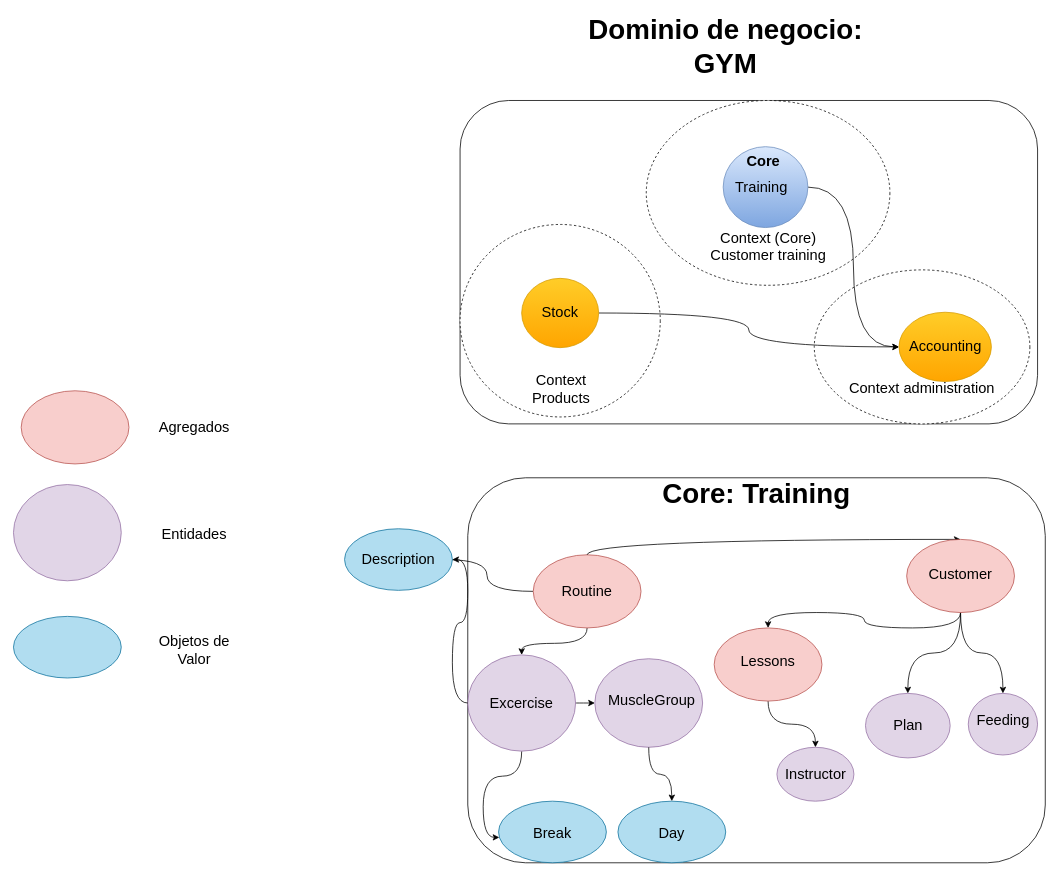
Before: page "Analisis" (1 of 3) of BigPictureGym.drawio in Ruiz16-17/Sofka_DDD_Big_Picture_ModelamientoDominio, a draw.io diagram. Source tidied: cells renumbered, new cells numbered last; positions are measured from the earlier drawing's top-left corner, leaving out a move shared by most shapes. Both pictures are drawn from the tidied source at 77%, with x=0, y=0 at pixel (13, 15).
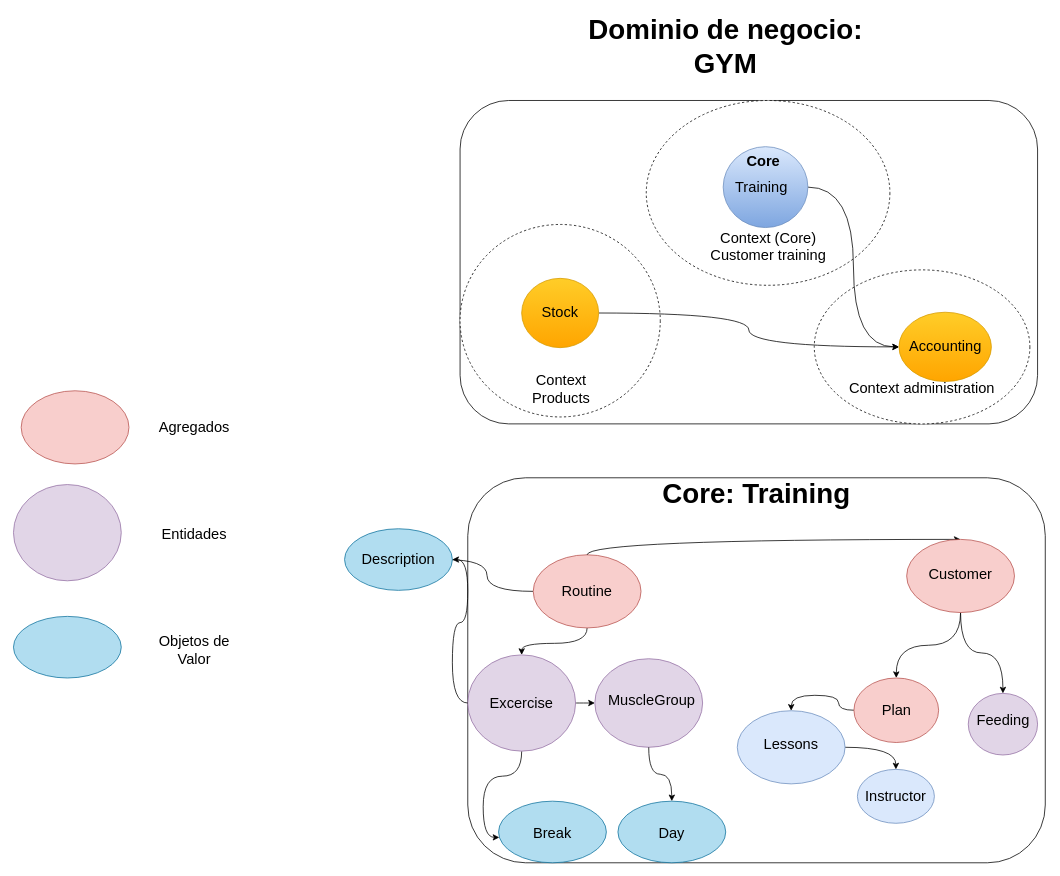
The same diagram, later.

The change refers to these unchanged cells:
```xml
<mxCell id="39" style="ellipse;whiteSpace=wrap;html=1;fontFamily=Helvetica;fillColor=#f8cecc;strokeColor=#b85450;" parent="1" vertex="1">
  <mxGeometry x="1160" y="680" width="140" height="95" as="geometry" />
</mxCell>
```

Diff of the diagram source:
```diff
@@
-    <mxCell id="32" style="ellipse;whiteSpace=wrap;html=1;fontFamily=Helvetica;fillColor=#f8cecc;strokeColor=#b85450;" parent="1" vertex="1">
-      <mxGeometry x="910" y="795" width="140" height="95" as="geometry" />
+    <mxCell id="32" style="ellipse;whiteSpace=wrap;html=1;fontFamily=Helvetica;fillColor=#dae8fc;strokeColor=#6c8ebf;" parent="1" vertex="1">
+      <mxGeometry x="940" y="902.5" width="140" height="95" as="geometry" />
     </mxCell>
-    <mxCell id="33" style="edgeStyle=orthogonalEdgeStyle;curved=1;rounded=0;jettySize=auto;html=1;endArrow=none;endFill=0;exitX=0.5;exitY=0;exitDx=0;exitDy=0;startArrow=classic;startFill=1;" parent="1" edge="1" source="32" target="39">
-      <mxGeometry relative="1" as="geometry" />
-    </mxCell>
     <mxCell id="34" value="Lessons" style="text;html=1;strokeColor=none;fillColor=none;align=center;verticalAlign=middle;whiteSpace=wrap;rounded=0;fontFamily=Helvetica;fontSize=19;" parent="1" vertex="1">
-      <mxGeometry x="925" y="818.8" width="110" height="41.2" as="geometry" />
+      <mxGeometry x="955" y="926.3" width="110" height="41.2" as="geometry" />
     </mxCell>
@@
+    <mxCell id="60" style="edgeStyle=orthogonalEdgeStyle;rounded=0;jettySize=auto;html=1;entryX=0.5;entryY=0;entryDx=0;entryDy=0;startArrow=none;startFill=0;endArrow=classic;endFill=1;curved=1;" parent="1" edge="1" source="41" target="32">
+      <mxGeometry relative="1" as="geometry" />
+    </mxCell>
-    <mxCell id="41" style="ellipse;whiteSpace=wrap;html=1;fontFamily=Helvetica;fillColor=#e1d5e7;strokeColor=#9673a6;" parent="1" vertex="1">
-      <mxGeometry x="1106.5" y="880" width="110" height="83.8" as="geometry" />
+    <mxCell id="41" style="ellipse;whiteSpace=wrap;html=1;fontFamily=Helvetica;fillColor=#f8cecc;strokeColor=#b85450;" parent="1" vertex="1">
+      <mxGeometry x="1091.5" y="860" width="110" height="83.8" as="geometry" />
     </mxCell>
     <mxCell id="42" value="Plan" style="text;html=1;strokeColor=none;fillColor=none;align=center;verticalAlign=middle;whiteSpace=wrap;rounded=0;fontFamily=Helvetica;fontSize=19;" parent="1" vertex="1">
-      <mxGeometry x="1106.5" y="908.1" width="110" height="27.5" as="geometry" />
+      <mxGeometry x="1091.5" y="888.1" width="110" height="27.5" as="geometry" />
     </mxCell>
-    <mxCell id="43" style="ellipse;whiteSpace=wrap;html=1;fontFamily=Helvetica;fillColor=#e1d5e7;strokeColor=#9673a6;" parent="1" vertex="1">
-      <mxGeometry x="991.5" y="950" width="100" height="70" as="geometry" />
+    <mxCell id="43" style="ellipse;whiteSpace=wrap;html=1;fontFamily=Helvetica;fillColor=#dae8fc;strokeColor=#6c8ebf;" parent="1" vertex="1">
+      <mxGeometry x="1096" y="978.7" width="100" height="70" as="geometry" />
     </mxCell>
     <mxCell id="44" value="Instructor" style="text;html=1;strokeColor=none;fillColor=none;align=center;verticalAlign=middle;whiteSpace=wrap;rounded=0;fontFamily=Helvetica;fontSize=19;" parent="1" vertex="1">
-      <mxGeometry x="986.5" y="972.5" width="110" height="27.5" as="geometry" />
+      <mxGeometry x="1091" y="1003.7" width="110" height="20" as="geometry" />
     </mxCell>
```
